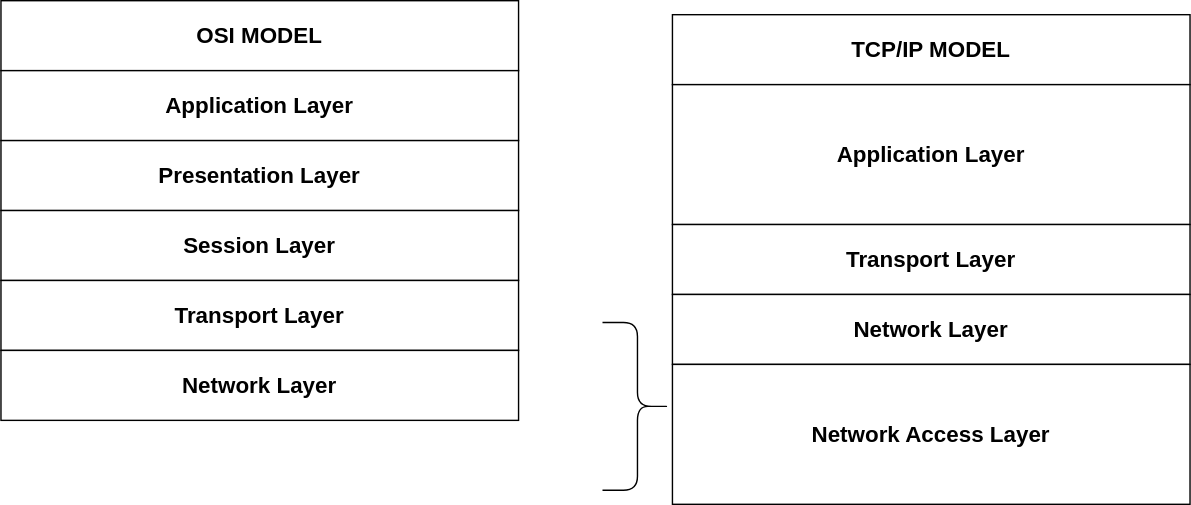
Before: TCP/IP Model.drawio.svg, a diagram exported from draw.io (chloe-valentine/network-diagrams). Source tidied: cells renumbered, new cells last; positions are measured from the earlier drawing's top-left corner, leaving out a move shared by most shapes. The source it was exported from:
```xml
<mxGraphModel>
  <root>
    <mxCell id="0" />
    <mxCell id="1" parent="0" />
    <mxCell id="2" value="&lt;font style=&quot;font-size: 16px;&quot;&gt;&lt;b&gt;TCP/IP MODEL&lt;/b&gt;&lt;/font&gt;" style="rounded=0;whiteSpace=wrap;html=1;" parent="1" vertex="1">
      <mxGeometry x="480" y="10" width="370" height="50" as="geometry" />
    </mxCell>
    <mxCell id="3" value="&lt;span style=&quot;font-size: 16px;&quot;&gt;&lt;b&gt;Application Layer&lt;/b&gt;&lt;/span&gt;" style="rounded=0;whiteSpace=wrap;html=1;" parent="1" vertex="1">
      <mxGeometry x="480" y="60" width="370" height="100" as="geometry" />
    </mxCell>
    <mxCell id="4" value="&lt;span style=&quot;font-size: 16px;&quot;&gt;&lt;b&gt;Transport Layer&lt;/b&gt;&lt;/span&gt;" style="rounded=0;whiteSpace=wrap;html=1;" parent="1" vertex="1">
      <mxGeometry x="480" y="160" width="370" height="50" as="geometry" />
    </mxCell>
    <mxCell id="5" value="&lt;span style=&quot;font-size: 16px;&quot;&gt;&lt;b&gt;Network Layer&lt;/b&gt;&lt;/span&gt;" style="rounded=0;whiteSpace=wrap;html=1;" parent="1" vertex="1">
      <mxGeometry x="480" y="210" width="370" height="50" as="geometry" />
    </mxCell>
    <mxCell id="6" value="&lt;span style=&quot;font-size: 16px;&quot;&gt;&lt;b&gt;Network Access Layer&lt;/b&gt;&lt;/span&gt;" style="rounded=0;whiteSpace=wrap;html=1;" parent="1" vertex="1">
      <mxGeometry x="480" y="260" width="370" height="100" as="geometry" />
    </mxCell>
    <mxCell id="7" style="shape=curlyBracket;whiteSpace=wrap;html=1;rounded=1;flipH=1;labelPosition=right;verticalLabelPosition=middle;align=left;verticalAlign=middle;" parent="1" vertex="1">
      <mxGeometry x="430" y="230" width="50" height="120" as="geometry" />
    </mxCell>
    <mxCell id="8" value="&lt;span style=&quot;font-size: 16px;&quot;&gt;&lt;b&gt;OSI MODEL&lt;/b&gt;&lt;/span&gt;" style="rounded=0;whiteSpace=wrap;html=1;" parent="1" vertex="1">
      <mxGeometry width="370" height="50" as="geometry" />
    </mxCell>
    <mxCell id="9" value="&lt;font style=&quot;font-size: 16px;&quot;&gt;&lt;b&gt;Application Layer&lt;/b&gt;&lt;/font&gt;" style="rounded=0;whiteSpace=wrap;html=1;" parent="1" vertex="1">
      <mxGeometry y="50" width="370" height="50" as="geometry" />
    </mxCell>
    <mxCell id="10" value="&lt;font style=&quot;font-size: 16px;&quot;&gt;&lt;b&gt;Presentation Layer&lt;/b&gt;&lt;/font&gt;" style="rounded=0;whiteSpace=wrap;html=1;" parent="1" vertex="1">
      <mxGeometry y="100" width="370" height="50" as="geometry" />
    </mxCell>
    <mxCell id="11" value="&lt;font style=&quot;font-size: 16px;&quot;&gt;&lt;b&gt;Session Layer&lt;/b&gt;&lt;/font&gt;" style="rounded=0;whiteSpace=wrap;html=1;" parent="1" vertex="1">
      <mxGeometry y="150" width="370" height="50" as="geometry" />
    </mxCell>
    <mxCell id="12" value="&lt;font style=&quot;font-size: 16px;&quot;&gt;&lt;b&gt;Transport Layer&lt;/b&gt;&lt;/font&gt;" style="rounded=0;whiteSpace=wrap;html=1;" parent="1" vertex="1">
      <mxGeometry y="200" width="370" height="50" as="geometry" />
    </mxCell>
    <mxCell id="13" value="&lt;font style=&quot;font-size: 16px;&quot;&gt;&lt;b&gt;Network Layer&lt;/b&gt;&lt;/font&gt;" style="rounded=0;whiteSpace=wrap;html=1;" parent="1" vertex="1">
      <mxGeometry y="250" width="370" height="50" as="geometry" />
    </mxCell>
  </root>
</mxGraphModel>
```
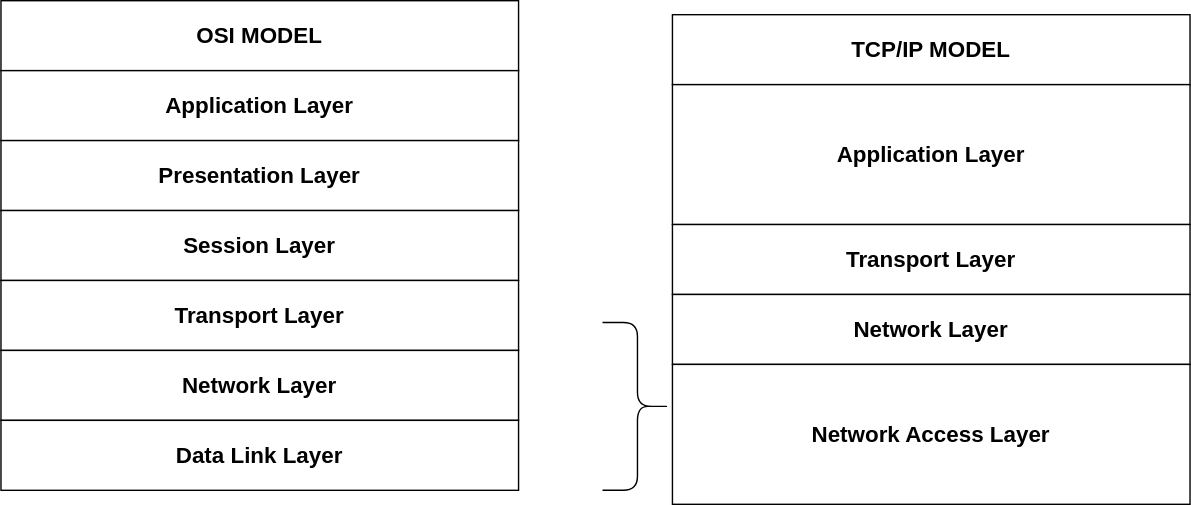
The same diagram one commit later.

The edit, as a diff of the source:
```diff
@@ -38,5 +38,8 @@
     <mxCell id="13" value="&lt;font style=&quot;font-size: 16px;&quot;&gt;&lt;b&gt;Network Layer&lt;/b&gt;&lt;/font&gt;" style="rounded=0;whiteSpace=wrap;html=1;" parent="1" vertex="1">
       <mxGeometry y="250" width="370" height="50" as="geometry" />
     </mxCell>
+    <mxCell id="14" value="&lt;font style=&quot;font-size: 16px;&quot;&gt;&lt;b&gt;Data Link Layer&lt;/b&gt;&lt;/font&gt;" style="rounded=0;whiteSpace=wrap;html=1;" parent="1" vertex="1">
+      <mxGeometry y="300" width="370" height="50" as="geometry" />
+    </mxCell>
   </root>
 </mxGraphModel>
```
